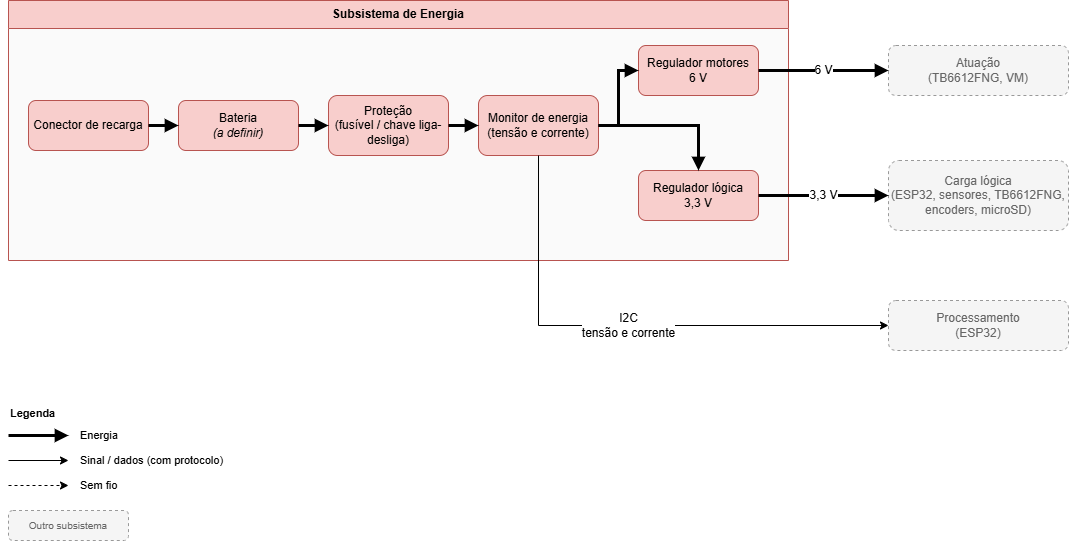
Before: hw/Placa de Integração/Diagrama de blocos/Diagrama de blocos-Energia.drawio.png, a diagram exported from draw.io (fcte-pi1/2026.2_PI1_Grupo2_Hilmer). Source tidied: cells renumbered, new cells last; positions are measured from the earlier drawing's top-left corner, leaving out a move shared by most shapes. The source it was exported from:
```xml
<mxGraphModel>
  <root>
    <mxCell id="0" />
    <mxCell id="1" parent="0" />
    <mxCell id="2" value="Subsistema de Energia" style="swimlane;whiteSpace=wrap;html=1;startSize=28;fillColor=#f8cecc;strokeColor=#b85450;swimlaneFillColor=#FAFAFA;fontStyle=1;" parent="1" vertex="1">
      <mxGeometry width="780" height="260" as="geometry" />
    </mxCell>
    <mxCell id="3" value="Conector de recarga" style="rounded=1;whiteSpace=wrap;html=1;fillColor=#f8cecc;strokeColor=#b85450;" parent="2" vertex="1">
      <mxGeometry x="20" y="100" width="120" height="50" as="geometry" />
    </mxCell>
    <mxCell id="4" value="Bateria&lt;br&gt;&lt;i&gt;(a definir)&lt;/i&gt;" style="rounded=1;whiteSpace=wrap;html=1;fillColor=#f8cecc;strokeColor=#b85450;" parent="2" vertex="1">
      <mxGeometry x="170" y="100" width="120" height="50" as="geometry" />
    </mxCell>
    <mxCell id="5" value="Proteção&lt;br&gt;(fusível / chave liga-desliga)" style="rounded=1;whiteSpace=wrap;html=1;fillColor=#f8cecc;strokeColor=#b85450;" parent="2" vertex="1">
      <mxGeometry x="320" y="95" width="120" height="60" as="geometry" />
    </mxCell>
    <mxCell id="6" value="Monitor de energia&lt;br&gt;(tensão e corrente)" style="rounded=1;whiteSpace=wrap;html=1;fillColor=#f8cecc;strokeColor=#b85450;" parent="2" vertex="1">
      <mxGeometry x="470" y="95" width="120" height="60" as="geometry" />
    </mxCell>
    <mxCell id="7" value="Regulador motores&lt;br&gt;6 V" style="rounded=1;whiteSpace=wrap;html=1;fillColor=#f8cecc;strokeColor=#b85450;" parent="2" vertex="1">
      <mxGeometry x="630" y="45" width="120" height="50" as="geometry" />
    </mxCell>
    <mxCell id="8" value="Regulador lógica&lt;br&gt;3,3 V" style="rounded=1;whiteSpace=wrap;html=1;fillColor=#f8cecc;strokeColor=#b85450;" parent="2" vertex="1">
      <mxGeometry x="630" y="170" width="120" height="50" as="geometry" />
    </mxCell>
    <mxCell id="9" value="Atuação&lt;br&gt;(TB6612FNG, VM)" style="rounded=1;whiteSpace=wrap;html=1;fillColor=#f5f5f5;strokeColor=#999999;dashed=1;fontColor=#666666;" parent="1" vertex="1">
      <mxGeometry x="880" y="45" width="180" height="50" as="geometry" />
    </mxCell>
    <mxCell id="10" value="Carga lógica&lt;br&gt;(ESP32, sensores, TB6612FNG, encoders, microSD)" style="rounded=1;whiteSpace=wrap;html=1;fillColor=#f5f5f5;strokeColor=#999999;dashed=1;fontColor=#666666;" parent="1" vertex="1">
      <mxGeometry x="880" y="160" width="180" height="70" as="geometry" />
    </mxCell>
    <mxCell id="11" value="Processamento&lt;br&gt;(ESP32)" style="rounded=1;whiteSpace=wrap;html=1;fillColor=#f5f5f5;strokeColor=#999999;dashed=1;fontColor=#666666;" parent="1" vertex="1">
      <mxGeometry x="880" y="300" width="180" height="50" as="geometry" />
    </mxCell>
    <mxCell id="12" style="edgeStyle=orthogonalEdgeStyle;rounded=0;jettySize=auto;html=1;labelBackgroundColor=#FFFFFF;fontSize=10;strokeWidth=3;endArrow=block;endFill=1;" parent="1" edge="1" source="3" target="4">
      <mxGeometry relative="1" as="geometry" />
    </mxCell>
    <mxCell id="13" style="edgeStyle=orthogonalEdgeStyle;rounded=0;jettySize=auto;html=1;labelBackgroundColor=#FFFFFF;fontSize=10;strokeWidth=3;endArrow=block;endFill=1;" parent="1" edge="1" source="4" target="5">
      <mxGeometry relative="1" as="geometry" />
    </mxCell>
    <mxCell id="14" style="edgeStyle=orthogonalEdgeStyle;rounded=0;jettySize=auto;html=1;labelBackgroundColor=#FFFFFF;fontSize=10;strokeWidth=3;endArrow=block;endFill=1;" parent="1" edge="1" source="5" target="6">
      <mxGeometry relative="1" as="geometry" />
    </mxCell>
    <mxCell id="15" style="edgeStyle=orthogonalEdgeStyle;rounded=0;jettySize=auto;html=1;labelBackgroundColor=#FFFFFF;fontSize=10;strokeWidth=3;endArrow=block;endFill=1;" parent="1" edge="1" source="6" target="7">
      <mxGeometry relative="1" as="geometry" />
    </mxCell>
    <mxCell id="16" style="edgeStyle=orthogonalEdgeStyle;rounded=0;jettySize=auto;html=1;labelBackgroundColor=#FFFFFF;fontSize=10;strokeWidth=3;endArrow=block;endFill=1;" parent="1" edge="1" source="6" target="8">
      <mxGeometry relative="1" as="geometry" />
    </mxCell>
    <mxCell id="17" value="&lt;font style=&quot;font-size: 12px;&quot;&gt;6 V&lt;/font&gt;" style="edgeStyle=orthogonalEdgeStyle;rounded=0;jettySize=auto;html=1;labelBackgroundColor=#FFFFFF;fontSize=10;strokeWidth=3;endArrow=block;endFill=1;" parent="1" edge="1" source="7" target="9">
      <mxGeometry relative="1" as="geometry" />
    </mxCell>
    <mxCell id="18" value="&lt;font style=&quot;font-size: 12px;&quot;&gt;3,3 V&lt;/font&gt;" style="edgeStyle=orthogonalEdgeStyle;rounded=0;jettySize=auto;html=1;labelBackgroundColor=#FFFFFF;fontSize=10;strokeWidth=3;endArrow=block;endFill=1;" parent="1" edge="1" source="8" target="10">
      <mxGeometry relative="1" as="geometry" />
    </mxCell>
    <mxCell id="19" value="&lt;font style=&quot;font-size: 12px;&quot;&gt;I2C&lt;br&gt;tensão e corrente&lt;/font&gt;" style="edgeStyle=orthogonalEdgeStyle;rounded=0;jettySize=auto;html=1;labelBackgroundColor=#FFFFFF;fontSize=10;strokeWidth=1;endArrow=classic;endFill=1;exitX=0.5;exitY=1;exitDx=0;exitDy=0;entryX=0;entryY=0.5;entryDx=0;entryDy=0;" parent="1" edge="1" source="6" target="11">
      <mxGeometry relative="1" as="geometry">
        <Array as="points">
          <mxPoint x="530" y="325" />
        </Array>
      </mxGeometry>
    </mxCell>
    <mxCell id="20" value="&lt;b&gt;Legenda&lt;/b&gt;" style="text;html=1;align=left;verticalAlign=top;whiteSpace=wrap;fontSize=11;" parent="1" vertex="1">
      <mxGeometry y="400" width="200" height="20" as="geometry" />
    </mxCell>
    <mxCell id="21" style="edgeStyle=orthogonalEdgeStyle;rounded=0;orthogonalLoop=1;jettySize=auto;html=1;labelBackgroundColor=#FFFFFF;fontSize=10;strokeWidth=3;endArrow=block;endFill=1;" parent="1" edge="1">
      <mxGeometry relative="1" as="geometry">
        <mxPoint y="435" as="sourcePoint" />
        <mxPoint x="60" y="435" as="targetPoint" />
      </mxGeometry>
    </mxCell>
    <mxCell id="22" value="Energia" style="text;html=1;align=left;verticalAlign=top;whiteSpace=wrap;fontSize=11;verticalAlign=middle;" parent="1" vertex="1">
      <mxGeometry x="70" y="425" width="200" height="20" as="geometry" />
    </mxCell>
    <mxCell id="23" style="edgeStyle=orthogonalEdgeStyle;rounded=0;orthogonalLoop=1;jettySize=auto;html=1;labelBackgroundColor=#FFFFFF;fontSize=10;strokeWidth=1;endArrow=classic;endFill=1;" parent="1" edge="1">
      <mxGeometry relative="1" as="geometry">
        <mxPoint y="460" as="sourcePoint" />
        <mxPoint x="60" y="460" as="targetPoint" />
      </mxGeometry>
    </mxCell>
    <mxCell id="24" value="Sinal / dados (com protocolo)" style="text;html=1;align=left;verticalAlign=top;whiteSpace=wrap;fontSize=11;verticalAlign=middle;" parent="1" vertex="1">
      <mxGeometry x="70" y="450" width="200" height="20" as="geometry" />
    </mxCell>
    <mxCell id="25" style="edgeStyle=orthogonalEdgeStyle;rounded=0;orthogonalLoop=1;jettySize=auto;html=1;labelBackgroundColor=#FFFFFF;fontSize=10;strokeWidth=1;endArrow=classic;endFill=1;dashed=1;" parent="1" edge="1">
      <mxGeometry relative="1" as="geometry">
        <mxPoint y="485" as="sourcePoint" />
        <mxPoint x="60" y="485" as="targetPoint" />
      </mxGeometry>
    </mxCell>
    <mxCell id="26" value="Sem fio" style="text;html=1;align=left;verticalAlign=top;whiteSpace=wrap;fontSize=11;verticalAlign=middle;" parent="1" vertex="1">
      <mxGeometry x="70" y="475" width="200" height="20" as="geometry" />
    </mxCell>
    <mxCell id="27" value="Outro subsistema" style="rounded=1;whiteSpace=wrap;html=1;fillColor=#f5f5f5;strokeColor=#999999;dashed=1;fontColor=#666666;fontSize=10;" parent="1" vertex="1">
      <mxGeometry y="510" width="120" height="30" as="geometry" />
    </mxCell>
  </root>
</mxGraphModel>
```
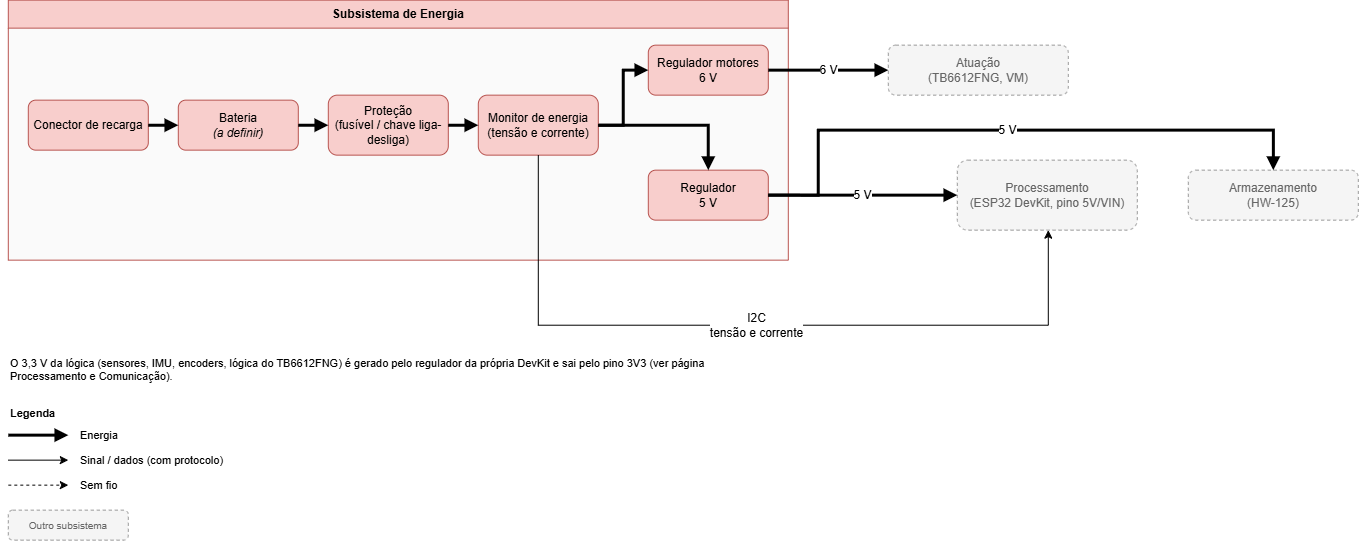
The same file after the commit.

Commit message:
[Hardware] Documenta diagrama de blocos e atualiza alimentação

The edit, as a diff of the source:
```diff
@@ -18,20 +18,17 @@
       <mxGeometry x="470" y="95" width="120" height="60" as="geometry" />
     </mxCell>
     <mxCell id="7" value="Regulador motores&lt;br&gt;6 V" style="rounded=1;whiteSpace=wrap;html=1;fillColor=#f8cecc;strokeColor=#b85450;" parent="2" vertex="1">
-      <mxGeometry x="630" y="45" width="120" height="50" as="geometry" />
+      <mxGeometry x="640" y="45" width="120" height="50" as="geometry" />
     </mxCell>
-    <mxCell id="8" value="Regulador lógica&lt;br&gt;3,3 V" style="rounded=1;whiteSpace=wrap;html=1;fillColor=#f8cecc;strokeColor=#b85450;" parent="2" vertex="1">
-      <mxGeometry x="630" y="170" width="120" height="50" as="geometry" />
+    <mxCell id="8" value="Regulador&lt;br&gt;5 V" style="rounded=1;whiteSpace=wrap;html=1;fillColor=#f8cecc;strokeColor=#b85450;" parent="2" vertex="1">
+      <mxGeometry x="640" y="170" width="120" height="50" as="geometry" />
     </mxCell>
     <mxCell id="9" value="Atuação&lt;br&gt;(TB6612FNG, VM)" style="rounded=1;whiteSpace=wrap;html=1;fillColor=#f5f5f5;strokeColor=#999999;dashed=1;fontColor=#666666;" parent="1" vertex="1">
       <mxGeometry x="880" y="45" width="180" height="50" as="geometry" />
     </mxCell>
-    <mxCell id="10" value="Carga lógica&lt;br&gt;(ESP32, sensores, TB6612FNG, encoders, microSD)" style="rounded=1;whiteSpace=wrap;html=1;fillColor=#f5f5f5;strokeColor=#999999;dashed=1;fontColor=#666666;" parent="1" vertex="1">
-      <mxGeometry x="880" y="160" width="180" height="70" as="geometry" />
+    <mxCell id="10" value="Processamento&lt;br&gt;(ESP32 DevKit, pino 5V/VIN)" style="rounded=1;whiteSpace=wrap;html=1;fillColor=#f5f5f5;strokeColor=#999999;dashed=1;fontColor=#666666;" parent="1" vertex="1">
+      <mxGeometry x="949" y="160" width="180" height="70" as="geometry" />
     </mxCell>
-    <mxCell id="11" value="Processamento&lt;br&gt;(ESP32)" style="rounded=1;whiteSpace=wrap;html=1;fillColor=#f5f5f5;strokeColor=#999999;dashed=1;fontColor=#666666;" parent="1" vertex="1">
-      <mxGeometry x="880" y="300" width="180" height="50" as="geometry" />
-    </mxCell>
     <mxCell id="12" style="edgeStyle=orthogonalEdgeStyle;rounded=0;jettySize=auto;html=1;labelBackgroundColor=#FFFFFF;fontSize=10;strokeWidth=3;endArrow=block;endFill=1;" parent="1" edge="1" source="3" target="4">
       <mxGeometry relative="1" as="geometry" />
     </mxCell>
@@ -50,13 +47,15 @@
     <mxCell id="17" value="&lt;font style=&quot;font-size: 12px;&quot;&gt;6 V&lt;/font&gt;" style="edgeStyle=orthogonalEdgeStyle;rounded=0;jettySize=auto;html=1;labelBackgroundColor=#FFFFFF;fontSize=10;strokeWidth=3;endArrow=block;endFill=1;" parent="1" edge="1" source="7" target="9">
       <mxGeometry relative="1" as="geometry" />
     </mxCell>
-    <mxCell id="18" value="&lt;font style=&quot;font-size: 12px;&quot;&gt;3,3 V&lt;/font&gt;" style="edgeStyle=orthogonalEdgeStyle;rounded=0;jettySize=auto;html=1;labelBackgroundColor=#FFFFFF;fontSize=10;strokeWidth=3;endArrow=block;endFill=1;" parent="1" edge="1" source="8" target="10">
+    <mxCell id="18" value="&lt;font style=&quot;font-size: 12px;&quot;&gt;5 V&lt;/font&gt;" style="edgeStyle=orthogonalEdgeStyle;rounded=0;jettySize=auto;html=1;labelBackgroundColor=#FFFFFF;fontSize=10;strokeWidth=3;endArrow=block;endFill=1;" parent="1" edge="1" source="8" target="10">
       <mxGeometry relative="1" as="geometry" />
     </mxCell>
-    <mxCell id="19" value="&lt;font style=&quot;font-size: 12px;&quot;&gt;I2C&lt;br&gt;tensão e corrente&lt;/font&gt;" style="edgeStyle=orthogonalEdgeStyle;rounded=0;jettySize=auto;html=1;labelBackgroundColor=#FFFFFF;fontSize=10;strokeWidth=1;endArrow=classic;endFill=1;exitX=0.5;exitY=1;exitDx=0;exitDy=0;entryX=0;entryY=0.5;entryDx=0;entryDy=0;" parent="1" edge="1" source="6" target="11">
+    <mxCell id="19" value="&lt;font style=&quot;font-size: 12px;&quot;&gt;I2C&lt;br&gt;tensão e corrente&lt;/font&gt;" style="edgeStyle=orthogonalEdgeStyle;rounded=0;jettySize=auto;html=1;labelBackgroundColor=#FFFFFF;fontSize=10;strokeWidth=1;endArrow=classic;endFill=1;exitX=0.5;exitY=1;exitDx=0;exitDy=0;entryX=0.5;entryY=1;entryDx=0;entryDy=0;" parent="1" edge="1" source="6" target="10">
       <mxGeometry relative="1" as="geometry">
         <Array as="points">
           <mxPoint x="530" y="325" />
+          <mxPoint x="1040" y="325" />
+          <mxPoint x="1040" y="230" />
         </Array>
       </mxGeometry>
     </mxCell>
@@ -93,5 +92,20 @@
     <mxCell id="27" value="Outro subsistema" style="rounded=1;whiteSpace=wrap;html=1;fillColor=#f5f5f5;strokeColor=#999999;dashed=1;fontColor=#666666;fontSize=10;" parent="1" vertex="1">
       <mxGeometry y="510" width="120" height="30" as="geometry" />
     </mxCell>
+    <mxCell id="28" value="Armazenamento&lt;br&gt;(HW-125)" style="rounded=1;whiteSpace=wrap;html=1;fillColor=#f5f5f5;strokeColor=#999999;dashed=1;fontColor=#666666;" parent="1" vertex="1">
+      <mxGeometry x="1180" y="170" width="170" height="50" as="geometry" />
+    </mxCell>
+    <mxCell id="29" value="&lt;font style=&quot;font-size: 12px;&quot;&gt;5 V&lt;/font&gt;" style="edgeStyle=orthogonalEdgeStyle;rounded=0;jettySize=auto;html=1;labelBackgroundColor=#FFFFFF;fontSize=10;strokeWidth=3;endArrow=block;endFill=1;exitX=1;exitY=0.5;exitDx=0;exitDy=0;entryX=0.5;entryY=0;entryDx=0;entryDy=0;" parent="1" edge="1" source="8" target="28">
+      <mxGeometry relative="1" as="geometry">
+        <Array as="points">
+          <mxPoint x="810" y="195" />
+          <mxPoint x="810" y="130" />
+          <mxPoint x="1265" y="130" />
+        </Array>
+      </mxGeometry>
+    </mxCell>
+    <mxCell id="30" value="O 3,3 V da lógica (sensores, IMU, encoders, lógica do TB6612FNG) é gerado pelo regulador da própria DevKit e sai pelo pino 3V3 (ver página Processamento e Comunicação)." style="text;html=1;align=left;verticalAlign=top;whiteSpace=wrap;fontSize=11;" parent="1" vertex="1">
+      <mxGeometry y="350" width="760" height="30" as="geometry" />
+    </mxCell>
   </root>
 </mxGraphModel>
```
